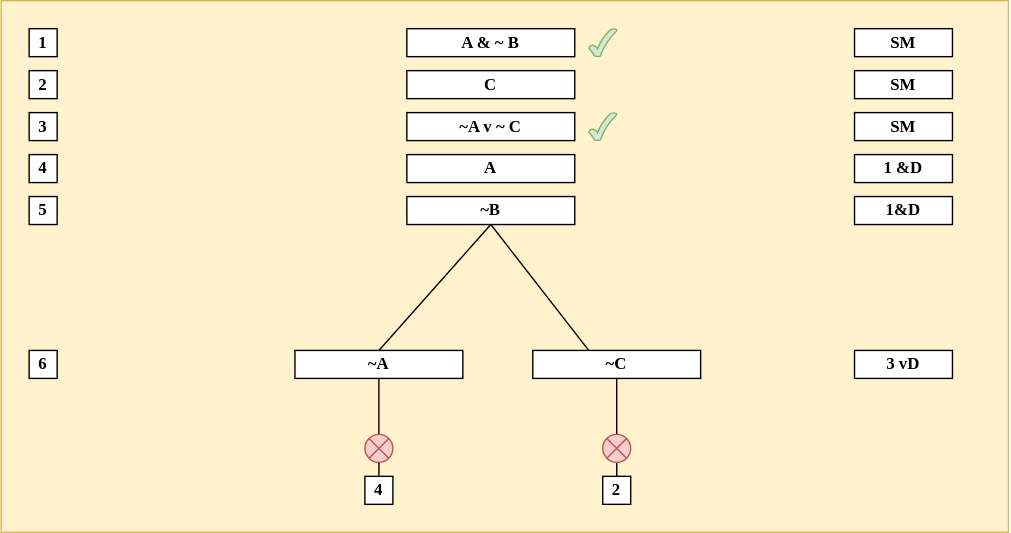
This is basic-closed-tree.svg from thomasabishop/logic-diagrams, a draw.io export, as it was before one commit. Source tidied: cells renumbered, new cells last; positions are measured from the earlier drawing's top-left corner, leaving out a move shared by most shapes.
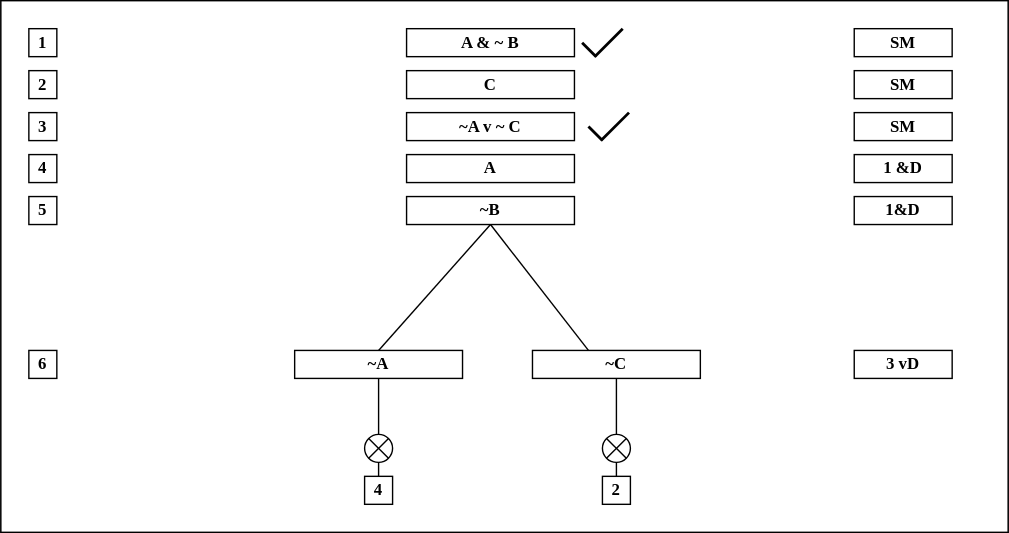
After the commit.

Change to the diagram source:
```diff
@@ -2,7 +2,7 @@
   <root>
     <mxCell id="0" />
     <mxCell id="1" parent="0" />
-    <mxCell id="2" style="rounded=0;whiteSpace=wrap;html=1;align=left;fillColor=#fff2cc;strokeColor=#d6b656;" parent="1" vertex="1">
+    <mxCell id="2" style="rounded=0;whiteSpace=wrap;html=1;align=left;" parent="1" vertex="1">
       <mxGeometry width="720" height="380" as="geometry" />
     </mxCell>
     <mxCell id="3" style="endArrow=none;html=1;rounded=0;fontFamily=Lucida Console;fontStyle=1;" parent="1" edge="1">
@@ -109,5 +109,133 @@
     <mxCell id="33" value="2" style="rounded=0;whiteSpace=wrap;html=1;fontFamily=Lucida Console;fontStyle=1;" parent="1" vertex="1">
       <mxGeometry x="430" y="340" width="20" height="20" as="geometry" />
     </mxCell>
+    <mxCell id="34" style="rounded=0;whiteSpace=wrap;html=1;align=left;" parent="1" vertex="1">
+      <mxGeometry width="720" height="380" as="geometry" />
+    </mxCell>
+    <mxCell id="35" style="endArrow=none;html=1;rounded=0;fontFamily=Lucida Console;fontStyle=1;" parent="1" edge="1">
+      <mxGeometry relative="1" as="geometry">
+        <mxPoint x="270" y="250" as="sourcePoint" />
+        <mxPoint x="350" y="160" as="targetPoint" />
+      </mxGeometry>
+    </mxCell>
+    <mxCell id="36" style="endArrow=none;html=1;rounded=0;fontFamily=Lucida Console;fontStyle=1;" parent="1" edge="1">
+      <mxGeometry relative="1" as="geometry">
+        <mxPoint x="350" y="160" as="sourcePoint" />
+        <mxPoint x="420" y="250" as="targetPoint" />
+      </mxGeometry>
+    </mxCell>
+    <mxCell id="37" style="edgeStyle=orthogonalEdgeStyle;rounded=0;jettySize=auto;html=1;fontFamily=Lucida Console;endArrow=none;endFill=0;fontStyle=1;" parent="1" edge="1" source="38">
+      <mxGeometry relative="1" as="geometry">
+        <mxPoint x="270" y="310" as="targetPoint" />
+      </mxGeometry>
+    </mxCell>
+    <mxCell id="38" value="~A" style="rounded=0;whiteSpace=wrap;html=1;fontFamily=Lucida Console;fontStyle=1;" parent="1" vertex="1">
+      <mxGeometry x="210" y="250" width="120" height="20" as="geometry" />
+    </mxCell>
+    <mxCell id="39" value="3 vD" style="rounded=0;whiteSpace=wrap;html=1;fontFamily=Lucida Console;fontStyle=1;" parent="1" vertex="1">
+      <mxGeometry x="610" y="250" width="70" height="20" as="geometry" />
+    </mxCell>
+    <mxCell id="40" value="6" style="rounded=0;whiteSpace=wrap;html=1;fontFamily=Lucida Console;fontStyle=1;" parent="1" vertex="1">
+      <mxGeometry x="20" y="250" width="20" height="20" as="geometry" />
+    </mxCell>
+    <mxCell id="41" value="~C" style="rounded=0;whiteSpace=wrap;html=1;fontFamily=Lucida Console;fontStyle=1;" parent="1" vertex="1">
+      <mxGeometry x="380" y="250" width="120" height="20" as="geometry" />
+    </mxCell>
+    <mxCell id="42" value="A &amp;amp; ~ B" style="rounded=0;whiteSpace=wrap;html=1;fontFamily=Lucida Console;fontStyle=1;" parent="1" vertex="1">
+      <mxGeometry x="290" y="20" width="120" height="20" as="geometry" />
+    </mxCell>
+    <mxCell id="43" value="SM" style="rounded=0;whiteSpace=wrap;html=1;fontFamily=Lucida Console;fontStyle=1;" parent="1" vertex="1">
+      <mxGeometry x="610" y="20" width="70" height="20" as="geometry" />
+    </mxCell>
+    <mxCell id="44" value="1" style="rounded=0;whiteSpace=wrap;html=1;fontFamily=Lucida Console;fontStyle=1;" parent="1" vertex="1">
+      <mxGeometry x="20" y="20" width="20" height="20" as="geometry" />
+    </mxCell>
+    <mxCell id="45" value="C" style="rounded=0;whiteSpace=wrap;html=1;fontFamily=Lucida Console;fontStyle=1;" parent="1" vertex="1">
+      <mxGeometry x="290" y="50" width="120" height="20" as="geometry" />
+    </mxCell>
+    <mxCell id="46" value="SM" style="rounded=0;whiteSpace=wrap;html=1;fontFamily=Lucida Console;fontStyle=1;" parent="1" vertex="1">
+      <mxGeometry x="610" y="50" width="70" height="20" as="geometry" />
+    </mxCell>
+    <mxCell id="47" value="2" style="rounded=0;whiteSpace=wrap;html=1;fontFamily=Lucida Console;fontStyle=1;" parent="1" vertex="1">
+      <mxGeometry x="20" y="50" width="20" height="20" as="geometry" />
+    </mxCell>
+    <mxCell id="48" value="~A v ~ C" style="rounded=0;whiteSpace=wrap;html=1;fontFamily=Lucida Console;fontStyle=1;" parent="1" vertex="1">
+      <mxGeometry x="290" y="80" width="120" height="20" as="geometry" />
+    </mxCell>
+    <mxCell id="49" value="SM" style="rounded=0;whiteSpace=wrap;html=1;fontFamily=Lucida Console;fontStyle=1;" parent="1" vertex="1">
+      <mxGeometry x="610" y="80" width="70" height="20" as="geometry" />
+    </mxCell>
+    <mxCell id="50" value="3" style="rounded=0;whiteSpace=wrap;html=1;fontFamily=Lucida Console;fontStyle=1;" parent="1" vertex="1">
+      <mxGeometry x="20" y="80" width="20" height="20" as="geometry" />
+    </mxCell>
+    <mxCell id="51" value="A" style="rounded=0;whiteSpace=wrap;html=1;fontFamily=Lucida Console;fontStyle=1;" parent="1" vertex="1">
+      <mxGeometry x="290" y="110" width="120" height="20" as="geometry" />
+    </mxCell>
+    <mxCell id="52" value="1 &amp;amp;D" style="rounded=0;whiteSpace=wrap;html=1;fontFamily=Lucida Console;fontStyle=1;" parent="1" vertex="1">
+      <mxGeometry x="610" y="110" width="70" height="20" as="geometry" />
+    </mxCell>
+    <mxCell id="53" value="4" style="rounded=0;whiteSpace=wrap;html=1;fontFamily=Lucida Console;fontStyle=1;" parent="1" vertex="1">
+      <mxGeometry x="20" y="110" width="20" height="20" as="geometry" />
+    </mxCell>
+    <mxCell id="54" value="~B" style="rounded=0;whiteSpace=wrap;html=1;fontFamily=Lucida Console;fontStyle=1;" parent="1" vertex="1">
+      <mxGeometry x="290" y="140" width="120" height="20" as="geometry" />
+    </mxCell>
+    <mxCell id="55" value="1&amp;amp;D" style="rounded=0;whiteSpace=wrap;html=1;fontFamily=Lucida Console;fontStyle=1;" parent="1" vertex="1">
+      <mxGeometry x="610" y="140" width="70" height="20" as="geometry" />
+    </mxCell>
+    <mxCell id="56" value="5" style="rounded=0;whiteSpace=wrap;html=1;fontFamily=Lucida Console;fontStyle=1;" parent="1" vertex="1">
+      <mxGeometry x="20" y="140" width="20" height="20" as="geometry" />
+    </mxCell>
+    <mxCell id="57" style="edgeStyle=orthogonalEdgeStyle;rounded=0;jettySize=auto;html=1;exitX=0.5;exitY=1;exitDx=0;exitDy=0;fontFamily=Lucida Console;endArrow=none;endFill=0;fontStyle=1;" parent="1" edge="1" source="58" target="59">
+      <mxGeometry relative="1" as="geometry" />
+    </mxCell>
+    <mxCell id="58" style="shape=sumEllipse;perimeter=ellipsePerimeter;whiteSpace=wrap;html=1;backgroundOutline=1;fontFamily=Lucida Console;fontStyle=1;" parent="1" vertex="1">
+      <mxGeometry x="260" y="310" width="20" height="20" as="geometry" />
+    </mxCell>
+    <mxCell id="59" value="4" style="rounded=0;whiteSpace=wrap;html=1;fontFamily=Lucida Console;fontStyle=1;" parent="1" vertex="1">
+      <mxGeometry x="260" y="340" width="20" height="20" as="geometry" />
+    </mxCell>
+    <mxCell id="60" style="edgeStyle=orthogonalEdgeStyle;rounded=0;orthogonalLoop=1;jettySize=auto;html=1;fontFamily=Lucida Console;endArrow=none;endFill=0;fontStyle=1;" parent="1" edge="1">
+      <mxGeometry relative="1" as="geometry">
+        <mxPoint x="440" y="270" as="sourcePoint" />
+        <mxPoint x="440" y="310" as="targetPoint" />
+      </mxGeometry>
+    </mxCell>
+    <mxCell id="61" style="edgeStyle=orthogonalEdgeStyle;rounded=0;jettySize=auto;html=1;exitX=0.5;exitY=1;exitDx=0;exitDy=0;fontFamily=Lucida Console;endArrow=none;endFill=0;fontStyle=1;" parent="1" edge="1" source="62" target="63">
+      <mxGeometry relative="1" as="geometry" />
+    </mxCell>
+    <mxCell id="62" style="shape=sumEllipse;perimeter=ellipsePerimeter;whiteSpace=wrap;html=1;backgroundOutline=1;fontFamily=Lucida Console;fontStyle=1;" parent="1" vertex="1">
+      <mxGeometry x="430" y="310" width="20" height="20" as="geometry" />
+    </mxCell>
+    <mxCell id="63" value="2" style="rounded=0;whiteSpace=wrap;html=1;fontFamily=Lucida Console;fontStyle=1;" parent="1" vertex="1">
+      <mxGeometry x="430" y="340" width="20" height="20" as="geometry" />
+    </mxCell>
+    <mxCell id="64" style="group;" parent="1" vertex="1">
+      <mxGeometry x="415.5" y="20" width="29" height="20" as="geometry" />
+    </mxCell>
+    <mxCell id="65" style="endArrow=none;html=1;rounded=0;strokeWidth=2;" parent="64" edge="1">
+      <mxGeometry relative="1" as="geometry">
+        <mxPoint x="9" y="20" as="sourcePoint" />
+        <mxPoint x="29" as="targetPoint" />
+      </mxGeometry>
+    </mxCell>
+    <mxCell id="66" style="endArrow=none;html=1;rounded=0;strokeWidth=2;" parent="64" edge="1">
+      <mxGeometry relative="1" as="geometry">
+        <mxPoint y="10" as="sourcePoint" />
+        <mxPoint x="10" y="20" as="targetPoint" />
+      </mxGeometry>
+    </mxCell>
+    <mxCell id="67" style="endArrow=none;html=1;rounded=0;strokeWidth=2;" parent="1" edge="1">
+      <mxGeometry relative="1" as="geometry">
+        <mxPoint x="429" y="100" as="sourcePoint" />
+        <mxPoint x="449" y="80" as="targetPoint" />
+      </mxGeometry>
+    </mxCell>
+    <mxCell id="68" style="endArrow=none;html=1;rounded=0;strokeWidth=2;" parent="1" edge="1">
+      <mxGeometry relative="1" as="geometry">
+        <mxPoint x="420" y="90" as="sourcePoint" />
+        <mxPoint x="430" y="100" as="targetPoint" />
+      </mxGeometry>
+    </mxCell>
   </root>
 </mxGraphModel>
```
